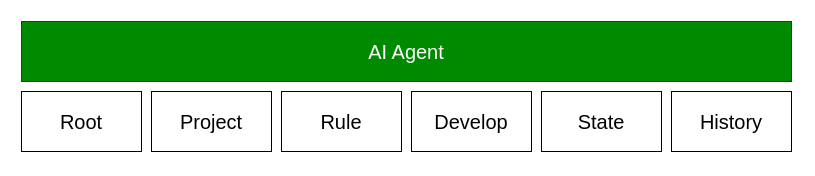
The draw.io diagram page "main" (1 of 2) of design/file.drawio in kashanimorteza/agent_interface, before the edit. Source tidied: cells renumbered, new cells numbered last; positions are measured from the earlier drawing's top-left corner, leaving out a move shared by most shapes. Both pictures are drawn from the tidied source at 100%, with x=0, y=0 at pixel (21, 21).
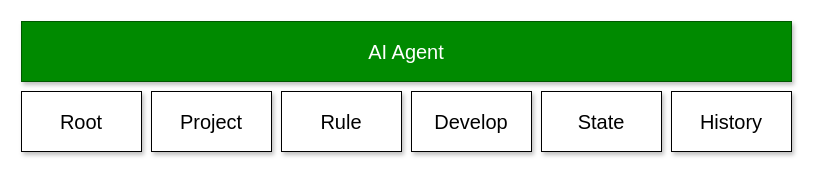
After the change.

What changed in the source:
```diff
@@
 <mxGraphModel>
   <root>
     <mxCell id="0" />
     <mxCell id="1" parent="0" />
-    <mxCell id="2" value="Project" style="whiteSpace=wrap;html=1;fontSize=20;" parent="1" vertex="1">
+    <mxCell id="2" value="Project" style="whiteSpace=wrap;html=1;fontSize=20;shadow=1;" parent="1" vertex="1">
       <mxGeometry x="130" y="70" width="120" height="60" as="geometry" />
     </mxCell>
-    <mxCell id="3" value="Rule" style="whiteSpace=wrap;html=1;fontSize=20;" parent="1" vertex="1">
+    <mxCell id="3" value="Rule" style="whiteSpace=wrap;html=1;fontSize=20;shadow=1;" parent="1" vertex="1">
       <mxGeometry x="260" y="70" width="120" height="60" as="geometry" />
     </mxCell>
-    <mxCell id="4" value="Develop" style="whiteSpace=wrap;html=1;fontSize=20;" parent="1" vertex="1">
+    <mxCell id="4" value="Develop" style="whiteSpace=wrap;html=1;fontSize=20;shadow=1;" parent="1" vertex="1">
       <mxGeometry x="390" y="70" width="120" height="60" as="geometry" />
     </mxCell>
-    <mxCell id="5" value="Root" style="whiteSpace=wrap;html=1;fontSize=20;" parent="1" vertex="1">
+    <mxCell id="5" value="Root" style="whiteSpace=wrap;html=1;fontSize=20;shadow=1;" parent="1" vertex="1">
       <mxGeometry y="70" width="120" height="60" as="geometry" />
     </mxCell>
-    <mxCell id="6" value="History" style="whiteSpace=wrap;html=1;fontSize=20;" parent="1" vertex="1">
+    <mxCell id="6" value="History" style="whiteSpace=wrap;html=1;fontSize=20;shadow=1;" parent="1" vertex="1">
       <mxGeometry x="650" y="70" width="120" height="60" as="geometry" />
     </mxCell>
-    <mxCell id="7" value="State" style="whiteSpace=wrap;html=1;fontSize=20;" parent="1" vertex="1">
+    <mxCell id="7" value="State" style="whiteSpace=wrap;html=1;fontSize=20;shadow=1;" parent="1" vertex="1">
       <mxGeometry x="520" y="70" width="120" height="60" as="geometry" />
     </mxCell>
-    <mxCell id="8" value="AI Agent" style="whiteSpace=wrap;html=1;fontSize=20;fontColor=#ffffff;fillColor=#008a00;strokeColor=#005700;" parent="1" vertex="1">
+    <mxCell id="8" value="AI Agent" style="whiteSpace=wrap;html=1;fontSize=20;fontColor=#ffffff;fillColor=#008a00;strokeColor=#005700;shadow=1;" parent="1" vertex="1">
       <mxGeometry width="770" height="60" as="geometry" />
     </mxCell>
   </root>
 </mxGraphModel>
```
